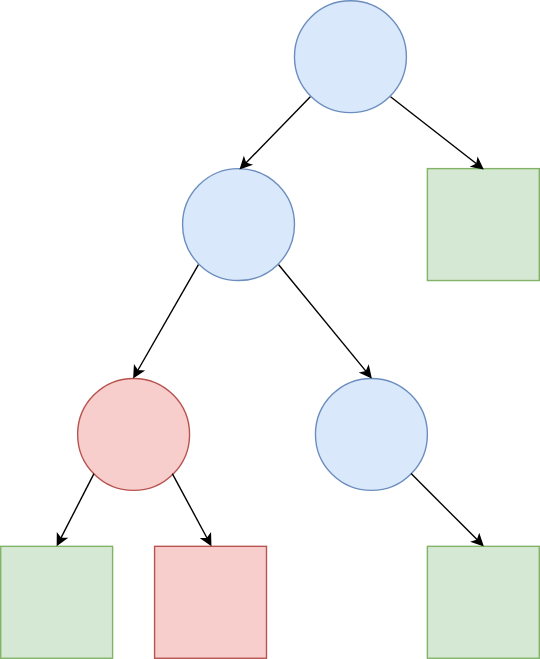
Earlier version of the draw.io export elixir_otp/images/supervision_tree/supervision_tree_multi_failure.svg (elehner/elehner.github.io). Source tidied: cells renumbered, new cells last; positions are measured from the earlier drawing's top-left corner, leaving out a move shared by most shapes. Source of this version:
```xml
<mxGraphModel background="#ffffff">
  <root>
    <mxCell id="0" />
    <mxCell id="1" parent="0" />
    <mxCell id="2" style="ellipse;whiteSpace=wrap;html=1;labelBackgroundColor=#FFFFFF;fillColor=#dae8fc;strokeColor=#6c8ebf;" parent="1" vertex="1">
      <mxGeometry x="210" width="80" height="80" as="geometry" />
    </mxCell>
    <mxCell id="3" style="whiteSpace=wrap;html=1;labelBackgroundColor=#FFFFFF;fillColor=#d5e8d4;strokeColor=#82b366;" parent="1" vertex="1">
      <mxGeometry y="390" width="80" height="80" as="geometry" />
    </mxCell>
    <mxCell id="4" style="whiteSpace=wrap;html=1;labelBackgroundColor=#FFFFFF;fillColor=#d5e8d4;strokeColor=#82b366;" parent="1" vertex="1">
      <mxGeometry x="305" y="390" width="80" height="80" as="geometry" />
    </mxCell>
    <mxCell id="5" style="whiteSpace=wrap;html=1;labelBackgroundColor=#FFFFFF;fillColor=#f8cecc;strokeColor=#b85450;" parent="1" vertex="1">
      <mxGeometry x="110" y="390" width="80" height="80" as="geometry" />
    </mxCell>
    <mxCell id="6" style="whiteSpace=wrap;html=1;labelBackgroundColor=#FFFFFF;fillColor=#d5e8d4;strokeColor=#82b366;" parent="1" vertex="1">
      <mxGeometry x="305" y="120" width="80" height="80" as="geometry" />
    </mxCell>
    <mxCell id="7" style="ellipse;whiteSpace=wrap;html=1;labelBackgroundColor=#FFFFFF;fillColor=#f8cecc;strokeColor=#b85450;" parent="1" vertex="1">
      <mxGeometry x="55" y="270" width="80" height="80" as="geometry" />
    </mxCell>
    <mxCell id="8" style="ellipse;whiteSpace=wrap;html=1;labelBackgroundColor=#FFFFFF;fillColor=#dae8fc;strokeColor=#6c8ebf;" parent="1" vertex="1">
      <mxGeometry x="130" y="120" width="80" height="80" as="geometry" />
    </mxCell>
    <mxCell id="9" style="ellipse;whiteSpace=wrap;html=1;labelBackgroundColor=#FFFFFF;fillColor=#dae8fc;strokeColor=#6c8ebf;" parent="1" vertex="1">
      <mxGeometry x="225" y="270" width="80" height="80" as="geometry" />
    </mxCell>
    <mxCell id="10" style="endArrow=classic;html=1;exitX=0;exitY=1;entryX=0.5;entryY=0;" parent="1" edge="1" source="7" target="3">
      <mxGeometry relative="1" as="geometry" />
    </mxCell>
    <mxCell id="11" style="endArrow=classic;html=1;exitX=1;exitY=1;entryX=0.5;entryY=0;" parent="1" edge="1" source="7" target="5">
      <mxGeometry relative="1" as="geometry" />
    </mxCell>
    <mxCell id="12" style="endArrow=classic;html=1;exitX=0;exitY=1;entryX=0.5;entryY=0;" parent="1" edge="1" source="8" target="7">
      <mxGeometry relative="1" as="geometry" />
    </mxCell>
    <mxCell id="13" style="endArrow=classic;html=1;exitX=1;exitY=1;entryX=0.5;entryY=0;" parent="1" edge="1" source="8" target="9">
      <mxGeometry relative="1" as="geometry" />
    </mxCell>
    <mxCell id="14" style="endArrow=classic;html=1;exitX=1;exitY=1;entryX=0.5;entryY=0;" parent="1" edge="1" source="9" target="4">
      <mxGeometry relative="1" as="geometry" />
    </mxCell>
    <mxCell id="15" style="endArrow=classic;html=1;exitX=0;exitY=1;entryX=0.5;entryY=0;" parent="1" edge="1" source="2" target="8">
      <mxGeometry relative="1" as="geometry" />
    </mxCell>
    <mxCell id="16" style="endArrow=classic;html=1;exitX=1;exitY=1;entryX=0.5;entryY=0;" parent="1" edge="1" source="2" target="6">
      <mxGeometry relative="1" as="geometry" />
    </mxCell>
  </root>
</mxGraphModel>
```
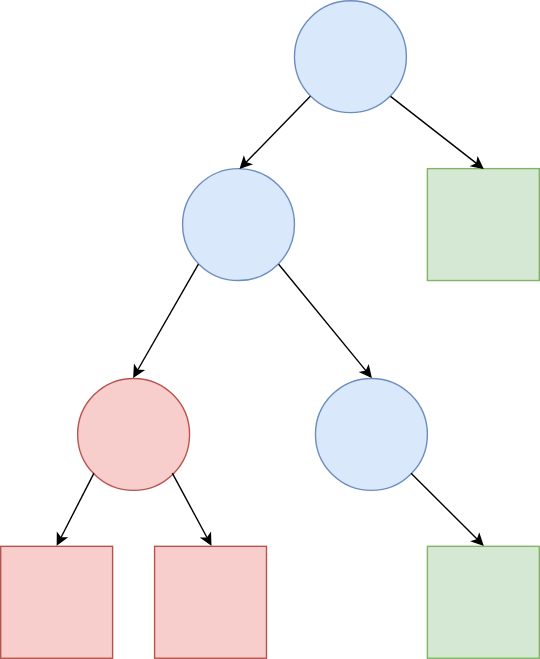
After the change.

Commit message:
Update tree diagrams

Change to the diagram source:
```diff
@@ -5,7 +5,7 @@
     <mxCell id="2" style="ellipse;whiteSpace=wrap;html=1;labelBackgroundColor=#FFFFFF;fillColor=#dae8fc;strokeColor=#6c8ebf;" parent="1" vertex="1">
       <mxGeometry x="210" width="80" height="80" as="geometry" />
     </mxCell>
-    <mxCell id="3" style="whiteSpace=wrap;html=1;labelBackgroundColor=#FFFFFF;fillColor=#d5e8d4;strokeColor=#82b366;" parent="1" vertex="1">
+    <mxCell id="3" style="whiteSpace=wrap;html=1;labelBackgroundColor=#FFFFFF;fillColor=#f8cecc;strokeColor=#b85450;" parent="1" vertex="1">
       <mxGeometry y="390" width="80" height="80" as="geometry" />
     </mxCell>
     <mxCell id="4" style="whiteSpace=wrap;html=1;labelBackgroundColor=#FFFFFF;fillColor=#d5e8d4;strokeColor=#82b366;" parent="1" vertex="1">
@@ -29,7 +29,7 @@
     <mxCell id="10" style="endArrow=classic;html=1;exitX=0;exitY=1;entryX=0.5;entryY=0;" parent="1" edge="1" source="7" target="3">
       <mxGeometry relative="1" as="geometry" />
     </mxCell>
-    <mxCell id="11" style="endArrow=classic;html=1;exitX=1;exitY=1;entryX=0.5;entryY=0;" parent="1" edge="1" source="7" target="5">
+    <mxCell id="11" style="endArrow=classic;html=1;exitX=1;exitY=1;entryX=0.5;entryY=0;endSize=6;" parent="1" edge="1" source="7" target="5">
       <mxGeometry relative="1" as="geometry" />
     </mxCell>
     <mxCell id="12" style="endArrow=classic;html=1;exitX=0;exitY=1;entryX=0.5;entryY=0;" parent="1" edge="1" source="8" target="7">
```
